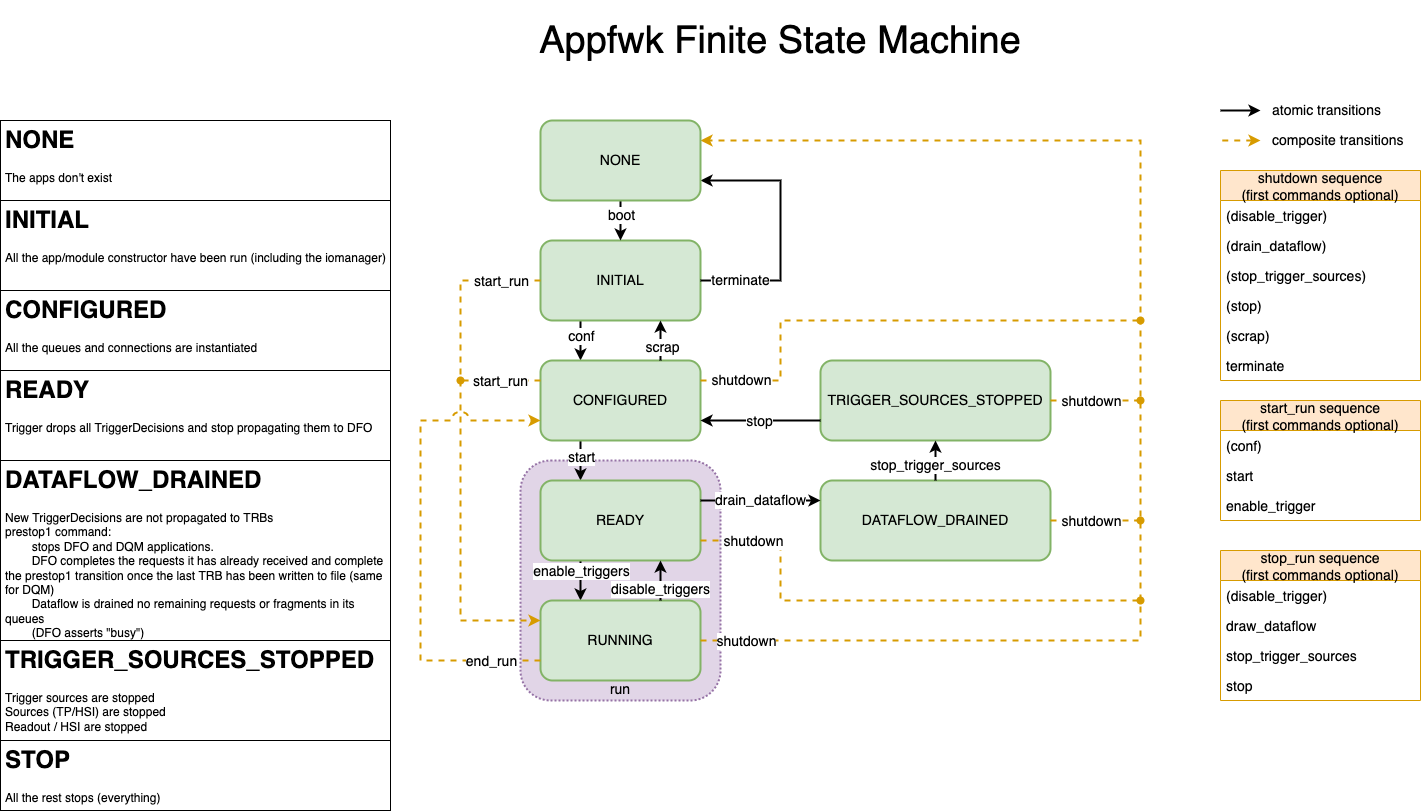
DUNE-DAQ/docs keeps this draw.io diagram as docs/packages/nanorc/DUNE_FSM.drawio.png. Above is the earlier version. Source tidied: cells renumbered, new cells last; positions are measured from the earlier drawing's top-left corner, leaving out a move shared by most shapes.
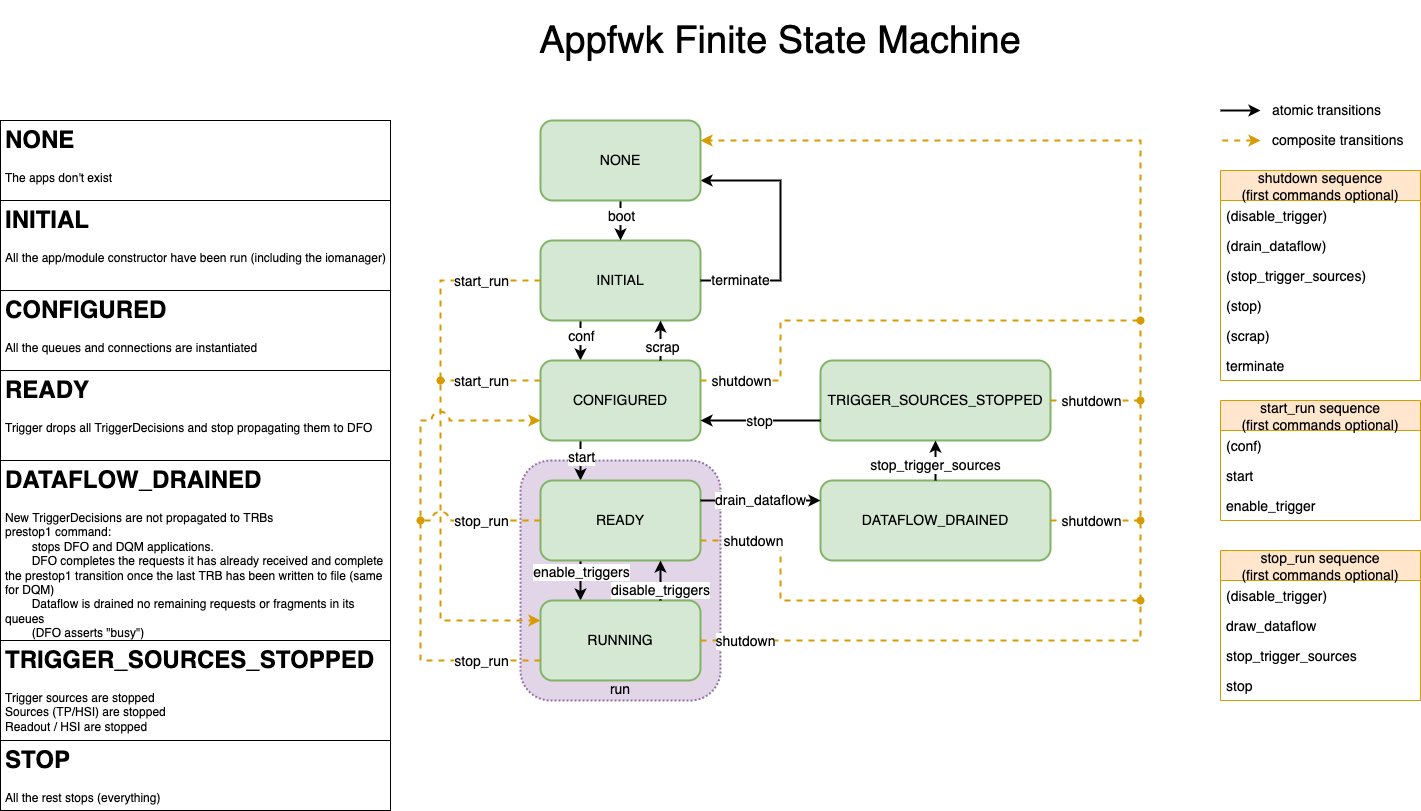
Later version of the same file.

The edit, as a diff of the source:
```diff
@@ -72,25 +72,25 @@
     </mxCell>
     <mxCell id="17" style="endArrow=oval;html=1;rounded=0;exitX=0;exitY=0.25;exitDx=0;exitDy=0;strokeWidth=2;endFill=1;fillColor=#ffe6cc;strokeColor=#d79b00;dashed=1;fontSize=14;" parent="1" edge="1" source="8">
       <mxGeometry relative="1" as="geometry">
-        <mxPoint x="460" y="380" as="targetPoint" />
+        <mxPoint x="440" y="380" as="targetPoint" />
       </mxGeometry>
     </mxCell>
     <mxCell id="18" value="start_run" style="edgeLabel;html=1;align=center;verticalAlign=middle;fontSize=14;" parent="17" vertex="1">
       <mxGeometry x="-0.21" relative="1" as="geometry">
-        <mxPoint x="-8" as="offset" />
+        <mxPoint x="-20" as="offset" />
       </mxGeometry>
     </mxCell>
     <mxCell id="19" style="endArrow=classic;html=1;rounded=0;exitX=0;exitY=0.5;exitDx=0;exitDy=0;strokeWidth=2;endFill=1;entryX=0;entryY=0.25;entryDx=0;entryDy=0;fillColor=#ffe6cc;strokeColor=#d79b00;dashed=1;fontSize=14;" parent="1" edge="1" source="5" target="12">
       <mxGeometry relative="1" as="geometry">
         <Array as="points">
-          <mxPoint x="460" y="280" />
-          <mxPoint x="460" y="620" />
+          <mxPoint x="440" y="280" />
+          <mxPoint x="440" y="620" />
         </Array>
       </mxGeometry>
     </mxCell>
     <mxCell id="20" value="start_run" style="edgeLabel;html=1;align=center;verticalAlign=middle;horizontal=1;fontSize=14;" parent="19" vertex="1">
       <mxGeometry x="-0.79" relative="1" as="geometry">
-        <mxPoint x="11" as="offset" />
+        <mxPoint x="-4" as="offset" />
       </mxGeometry>
     </mxCell>
     <mxCell id="21" value="drain_dataflow" style="endArrow=classic;html=1;rounded=0;exitX=1;exitY=0.25;exitDx=0;exitDy=0;entryX=0;entryY=0.25;entryDx=0;entryDy=0;strokeWidth=2;fontSize=14;" parent="1" edge="1" source="11" target="13">
@@ -267,9 +267,9 @@
         </Array>
       </mxGeometry>
     </mxCell>
-    <mxCell id="61" value="end_run" style="edgeLabel;html=1;align=center;verticalAlign=middle;fontSize=14;" parent="60" vertex="1">
+    <mxCell id="61" value="stop_run" style="edgeLabel;html=1;align=center;verticalAlign=middle;fontSize=14;" parent="60" vertex="1">
       <mxGeometry x="-0.85" y="2" relative="1" as="geometry">
-        <mxPoint x="-14" y="-2" as="offset" />
+        <mxPoint x="-25" y="-2" as="offset" />
       </mxGeometry>
     </mxCell>
     <mxCell id="62" value="NONE" style="whiteSpace=wrap;html=1;rounded=1;fillColor=#d5e8d4;strokeColor=#82b366;strokeWidth=2;fontSize=14;" parent="1" vertex="1">
@@ -299,5 +299,18 @@
     <mxCell id="70" value="&lt;font style=&quot;font-size: 38px;&quot;&gt;Appfwk Finite State Machine&lt;/font&gt;" style="text;html=1;strokeColor=none;fillColor=none;align=center;verticalAlign=middle;whiteSpace=wrap;rounded=0;fontSize=14;" parent="1" vertex="1">
       <mxGeometry x="460" width="640" height="80" as="geometry" />
     </mxCell>
+    <mxCell id="71" style="endArrow=oval;html=1;rounded=0;strokeWidth=2;jumpStyle=arc;jumpSize=16;exitX=0;exitY=0.5;exitDx=0;exitDy=0;endFill=1;fillColor=#ffe6cc;strokeColor=#d79b00;dashed=1;fontSize=14;" parent="1" edge="1" source="11">
+      <mxGeometry relative="1" as="geometry">
+        <mxPoint x="420" y="520" as="targetPoint" />
+        <Array as="points">
+          <mxPoint x="470" y="520" />
+        </Array>
+      </mxGeometry>
+    </mxCell>
+    <mxCell id="72" value="stop_run" style="edgeLabel;html=1;align=center;verticalAlign=middle;fontSize=14;" parent="71" vertex="1">
+      <mxGeometry x="-0.85" y="2" relative="1" as="geometry">
+        <mxPoint x="-51" y="-2" as="offset" />
+      </mxGeometry>
+    </mxCell>
   </root>
 </mxGraphModel>
```
